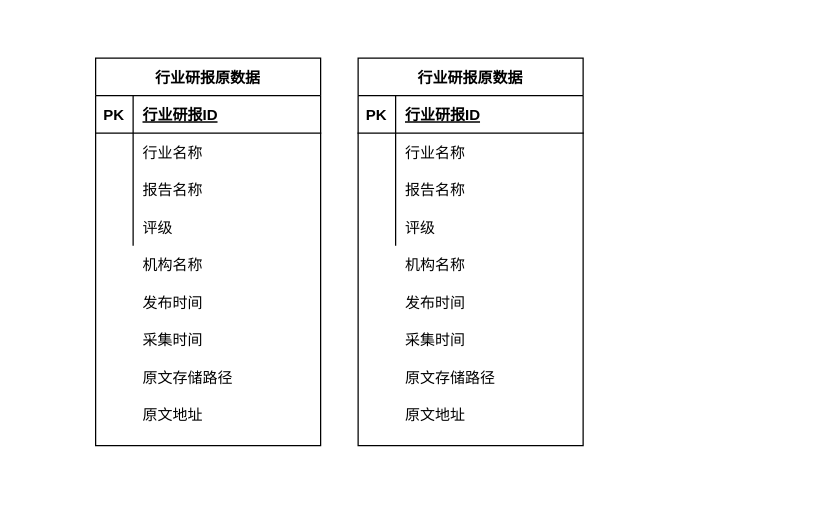
This is tupian/行业研报原数据表结构.drawio from JJFatherL/biyesheji, a draw.io file, before an edit. Source tidied: cells renumbered, new cells numbered last; positions are measured from the earlier drawing's top-left corner, leaving out a move shared by most shapes. Both pictures are drawn from the tidied source at 125%, with x=0, y=0 at pixel (95, 58).
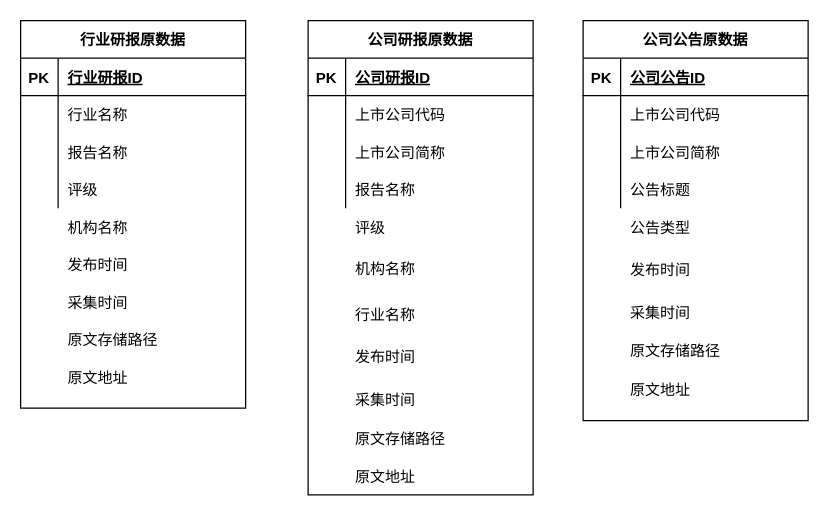
The same diagram, later.

Commit message (it also covers changes not shown here):
更新行业研报原数据表结构.drawio

Unchanged cells that the change refers to:
```xml
<mxCell id="28" style="shape=partialRectangle;fillColor=none;top=0;left=0;bottom=1;right=0;" parent="27" vertex="1">
  <mxGeometry y="30" width="180" height="30" as="geometry" />
</mxCell>
<mxCell id="31" style="shape=partialRectangle;fillColor=none;top=0;left=0;bottom=0;right=0;" parent="27" vertex="1">
  <mxGeometry y="60" width="180" height="30" as="geometry" />
</mxCell>
<mxCell id="34" style="shape=partialRectangle;fillColor=none;top=0;left=0;bottom=0;right=0;" parent="27" vertex="1">
  <mxGeometry y="90" width="180" height="30" as="geometry" />
</mxCell>
<mxCell id="37" style="shape=partialRectangle;fillColor=none;top=0;left=0;bottom=0;right=0;" parent="27" vertex="1">
  <mxGeometry y="120" width="180" height="30" as="geometry" />
</mxCell>
```

The edit, as a diff of the source:
```diff
@@
     <mxCell id="2" style="group;" parent="1" vertex="1">
-      <mxGeometry width="180" height="310" as="geometry" />
+      <mxGeometry x="-60" y="-30" width="180" height="310" as="geometry" />
     </mxCell>
@@
     <mxCell id="26" style="group;" parent="1" vertex="1">
-      <mxGeometry x="210" width="180" height="310" as="geometry" />
+      <mxGeometry x="170" y="-30" width="180" height="380" as="geometry" />
     </mxCell>
-    <mxCell id="27" value="行业研报原数据" style="shape=table;startSize=30;childLayout=tableLayout;rowLines=0;fontStyle=1;align=center;" parent="26" vertex="1">
-      <mxGeometry width="180" height="310" as="geometry" />
+    <mxCell id="27" value="公司研报原数据" style="shape=table;startSize=30;childLayout=tableLayout;rowLines=0;fontStyle=1;align=center;" parent="26" vertex="1">
+      <mxGeometry width="180" height="379.3" as="geometry" />
     </mxCell>
@@
-    <mxCell id="30" value="行业研报ID" style="shape=partialRectangle;fillColor=none;top=0;left=0;bottom=0;right=0;align=left;spacingLeft=6;fontStyle=5;overflow=hidden;" parent="28" vertex="1">
+    <mxCell id="30" value="公司研报ID" style="shape=partialRectangle;fillColor=none;top=0;left=0;bottom=0;right=0;align=left;spacingLeft=6;fontStyle=5;overflow=hidden;" parent="28" vertex="1">
       <mxGeometry x="30" width="150" height="30" as="geometry" />
     </mxCell>
@@
-    <mxCell id="33" value="行业名称" style="shape=partialRectangle;fillColor=none;top=0;left=0;bottom=0;right=0;align=left;spacingLeft=6;overflow=hidden;" parent="31" vertex="1">
+    <mxCell id="33" value="上市公司代码" style="shape=partialRectangle;fillColor=none;top=0;left=0;bottom=0;right=0;align=left;spacingLeft=6;overflow=hidden;" parent="31" vertex="1">
       <mxGeometry x="30" width="150" height="30" as="geometry" />
     </mxCell>
@@
-    <mxCell id="36" value="报告名称" style="shape=partialRectangle;fillColor=none;top=0;left=0;bottom=0;right=0;align=left;spacingLeft=6;overflow=hidden;" parent="34" vertex="1">
+    <mxCell id="36" value="上市公司简称" style="shape=partialRectangle;fillColor=none;top=0;left=0;bottom=0;right=0;align=left;spacingLeft=6;overflow=hidden;" parent="34" vertex="1">
       <mxGeometry x="30" width="150" height="30" as="geometry" />
     </mxCell>
@@
-    <mxCell id="39" value="评级" style="shape=partialRectangle;fillColor=none;top=0;left=0;bottom=0;right=0;align=left;spacingLeft=6;overflow=hidden;" parent="37" vertex="1">
+    <mxCell id="39" value="报告名称" style="shape=partialRectangle;fillColor=none;top=0;left=0;bottom=0;right=0;align=left;spacingLeft=6;overflow=hidden;" parent="37" vertex="1">
       <mxGeometry x="30" width="150" height="30" as="geometry" />
     </mxCell>
     <mxCell id="40" style="shape=partialRectangle;fillColor=none;top=0;left=0;bottom=0;right=0;overflow=hidden;" parent="26" vertex="1">
-      <mxGeometry y="150" width="30" height="30" as="geometry" />
+      <mxGeometry y="183.5" width="30" height="36.7" as="geometry" />
     </mxCell>
-    <mxCell id="41" value="机构名称" style="shape=partialRectangle;fillColor=none;top=0;left=0;bottom=0;right=0;align=left;spacingLeft=6;overflow=hidden;" parent="26" vertex="1">
-      <mxGeometry x="30" y="150" width="150" height="30" as="geometry" />
+    <mxCell id="41" value="评级" style="shape=partialRectangle;fillColor=none;top=0;left=0;bottom=0;right=0;align=left;spacingLeft=6;overflow=hidden;" parent="26" vertex="1">
+      <mxGeometry x="30" y="146.8" width="150" height="36.7" as="geometry" />
     </mxCell>
     <mxCell id="42" style="shape=partialRectangle;fillColor=none;top=0;left=0;bottom=0;right=0;overflow=hidden;" parent="26" vertex="1">
-      <mxGeometry y="180" width="30" height="30" as="geometry" />
+      <mxGeometry y="220.3" width="30" height="36.7" as="geometry" />
     </mxCell>
-    <mxCell id="43" value="发布时间" style="shape=partialRectangle;fillColor=none;top=0;left=0;bottom=0;right=0;align=left;spacingLeft=6;overflow=hidden;" parent="26" vertex="1">
-      <mxGeometry x="30" y="180" width="150" height="30" as="geometry" />
+    <mxCell id="43" value="机构名称" style="shape=partialRectangle;fillColor=none;top=0;left=0;bottom=0;right=0;align=left;spacingLeft=6;overflow=hidden;" parent="26" vertex="1">
+      <mxGeometry x="30" y="180" width="150" height="36.7" as="geometry" />
     </mxCell>
     <mxCell id="44" style="shape=partialRectangle;fillColor=none;top=0;left=0;bottom=0;right=0;overflow=hidden;" parent="26" vertex="1">
-      <mxGeometry y="210" width="30" height="30" as="geometry" />
+      <mxGeometry y="257" width="30" height="36.7" as="geometry" />
     </mxCell>
-    <mxCell id="45" value="采集时间" style="shape=partialRectangle;fillColor=none;top=0;left=0;bottom=0;right=0;align=left;spacingLeft=6;overflow=hidden;" parent="26" vertex="1">
-      <mxGeometry x="30" y="210" width="150" height="30" as="geometry" />
+    <mxCell id="45" value="行业名称" style="shape=partialRectangle;fillColor=none;top=0;left=0;bottom=0;right=0;align=left;spacingLeft=6;overflow=hidden;" parent="26" vertex="1">
+      <mxGeometry x="30" y="216.7" width="150" height="36.7" as="geometry" />
     </mxCell>
     <mxCell id="46" style="shape=partialRectangle;fillColor=none;top=0;left=0;bottom=0;right=0;overflow=hidden;" parent="26" vertex="1">
-      <mxGeometry y="240" width="30" height="30" as="geometry" />
+      <mxGeometry y="293.7" width="30" height="36.7" as="geometry" />
     </mxCell>
-    <mxCell id="47" value="原文存储路径" style="shape=partialRectangle;fillColor=none;top=0;left=0;bottom=0;right=0;align=left;spacingLeft=6;overflow=hidden;" parent="26" vertex="1">
-      <mxGeometry x="30" y="240" width="150" height="30" as="geometry" />
-    </mxCell>
     <mxCell id="48" style="shape=partialRectangle;fillColor=none;top=0;left=0;bottom=0;right=0;overflow=hidden;" parent="26" vertex="1">
-      <mxGeometry y="270" width="30" height="30" as="geometry" />
+      <mxGeometry y="330.4" width="30" height="36.7" as="geometry" />
     </mxCell>
-    <mxCell id="49" value="原文地址" style="shape=partialRectangle;fillColor=none;top=0;left=0;bottom=0;right=0;align=left;spacingLeft=6;overflow=hidden;" parent="26" vertex="1">
-      <mxGeometry x="30" y="270" width="150" height="30" as="geometry" />
-    </mxCell>
+    <mxCell id="50" value="发布时间" style="shape=partialRectangle;fillColor=none;top=0;left=0;bottom=0;right=0;align=left;spacingLeft=6;overflow=hidden;" parent="26" vertex="1">
+      <mxGeometry x="30" y="253.4" width="150" height="30.8" as="geometry" />
+    </mxCell>
+    <mxCell id="51" value="采集时间" style="shape=partialRectangle;fillColor=none;top=0;left=0;bottom=0;right=0;align=left;spacingLeft=6;overflow=hidden;" parent="26" vertex="1">
+      <mxGeometry x="30" y="287.7" width="150" height="30.8" as="geometry" />
+    </mxCell>
+    <mxCell id="52" value="原文存储路径" style="shape=partialRectangle;fillColor=none;top=0;left=0;bottom=0;right=0;align=left;spacingLeft=6;overflow=hidden;" parent="26" vertex="1">
+      <mxGeometry x="30" y="318.5" width="150" height="30.8" as="geometry" />
+    </mxCell>
+    <mxCell id="53" value="原文地址" style="shape=partialRectangle;fillColor=none;top=0;left=0;bottom=0;right=0;align=left;spacingLeft=6;overflow=hidden;" parent="26" vertex="1">
+      <mxGeometry x="30" y="349.2" width="150" height="30.8" as="geometry" />
+    </mxCell>
+    <mxCell id="54" style="group;" parent="1" vertex="1">
+      <mxGeometry x="390" y="-30" width="180" height="367.1" as="geometry" />
+    </mxCell>
+    <mxCell id="55" value="公司公告原数据" style="shape=table;startSize=30;childLayout=tableLayout;rowLines=0;fontStyle=1;align=center;" parent="54" vertex="1">
+      <mxGeometry width="180" height="320" as="geometry" />
+    </mxCell>
+    <mxCell id="56" style="shape=partialRectangle;fillColor=none;top=0;left=0;bottom=1;right=0;" parent="55" vertex="1">
+      <mxGeometry y="30" width="180" height="30" as="geometry" />
+    </mxCell>
+    <mxCell id="57" value="PK" style="shape=partialRectangle;fillColor=none;top=0;left=0;bottom=0;right=0;fontStyle=1;overflow=hidden;" parent="56" vertex="1">
+      <mxGeometry width="30" height="30" as="geometry" />
+    </mxCell>
+    <mxCell id="58" value="公司公告ID" style="shape=partialRectangle;fillColor=none;top=0;left=0;bottom=0;right=0;align=left;spacingLeft=6;fontStyle=5;overflow=hidden;" parent="56" vertex="1">
+      <mxGeometry x="30" width="150" height="30" as="geometry" />
+    </mxCell>
+    <mxCell id="59" style="shape=partialRectangle;fillColor=none;top=0;left=0;bottom=0;right=0;" parent="55" vertex="1">
+      <mxGeometry y="60" width="180" height="30" as="geometry" />
+    </mxCell>
+    <mxCell id="60" style="shape=partialRectangle;fillColor=none;top=0;left=0;bottom=0;right=0;overflow=hidden;" parent="59" vertex="1">
+      <mxGeometry width="30" height="30" as="geometry" />
+    </mxCell>
+    <mxCell id="61" value="上市公司代码" style="shape=partialRectangle;fillColor=none;top=0;left=0;bottom=0;right=0;align=left;spacingLeft=6;overflow=hidden;" parent="59" vertex="1">
+      <mxGeometry x="30" width="150" height="30" as="geometry" />
+    </mxCell>
+    <mxCell id="62" style="shape=partialRectangle;fillColor=none;top=0;left=0;bottom=0;right=0;" parent="55" vertex="1">
+      <mxGeometry y="90" width="180" height="30" as="geometry" />
+    </mxCell>
+    <mxCell id="63" style="shape=partialRectangle;fillColor=none;top=0;left=0;bottom=0;right=0;overflow=hidden;" parent="62" vertex="1">
+      <mxGeometry width="30" height="30" as="geometry" />
+    </mxCell>
+    <mxCell id="64" value="上市公司简称" style="shape=partialRectangle;fillColor=none;top=0;left=0;bottom=0;right=0;align=left;spacingLeft=6;overflow=hidden;" parent="62" vertex="1">
+      <mxGeometry x="30" width="150" height="30" as="geometry" />
+    </mxCell>
+    <mxCell id="65" style="shape=partialRectangle;fillColor=none;top=0;left=0;bottom=0;right=0;" parent="55" vertex="1">
+      <mxGeometry y="120" width="180" height="30" as="geometry" />
+    </mxCell>
+    <mxCell id="66" style="shape=partialRectangle;fillColor=none;top=0;left=0;bottom=0;right=0;overflow=hidden;" parent="65" vertex="1">
+      <mxGeometry width="30" height="30" as="geometry" />
+    </mxCell>
+    <mxCell id="67" value="公告标题" style="shape=partialRectangle;fillColor=none;top=0;left=0;bottom=0;right=0;align=left;spacingLeft=6;overflow=hidden;" parent="65" vertex="1">
+      <mxGeometry x="30" width="150" height="30" as="geometry" />
+    </mxCell>
+    <mxCell id="68" style="shape=partialRectangle;fillColor=none;top=0;left=0;bottom=0;right=0;overflow=hidden;" parent="54" vertex="1">
+      <mxGeometry y="183.5" width="30" height="36.7" as="geometry" />
+    </mxCell>
+    <mxCell id="69" value="公告类型" style="shape=partialRectangle;fillColor=none;top=0;left=0;bottom=0;right=0;align=left;spacingLeft=6;overflow=hidden;" parent="54" vertex="1">
+      <mxGeometry x="30" y="146.8" width="150" height="36.7" as="geometry" />
+    </mxCell>
+    <mxCell id="70" style="shape=partialRectangle;fillColor=none;top=0;left=0;bottom=0;right=0;overflow=hidden;" parent="54" vertex="1">
+      <mxGeometry y="220.3" width="30" height="36.7" as="geometry" />
+    </mxCell>
+    <mxCell id="71" style="shape=partialRectangle;fillColor=none;top=0;left=0;bottom=0;right=0;overflow=hidden;" parent="54" vertex="1">
+      <mxGeometry y="257" width="30" height="36.7" as="geometry" />
+    </mxCell>
+    <mxCell id="72" style="shape=partialRectangle;fillColor=none;top=0;left=0;bottom=0;right=0;overflow=hidden;" parent="54" vertex="1">
+      <mxGeometry y="293.7" width="30" height="36.7" as="geometry" />
+    </mxCell>
+    <mxCell id="73" style="shape=partialRectangle;fillColor=none;top=0;left=0;bottom=0;right=0;overflow=hidden;" parent="54" vertex="1">
+      <mxGeometry y="330.4" width="30" height="36.7" as="geometry" />
+    </mxCell>
+    <mxCell id="74" value="发布时间" style="shape=partialRectangle;fillColor=none;top=0;left=0;bottom=0;right=0;align=left;spacingLeft=6;overflow=hidden;" parent="54" vertex="1">
+      <mxGeometry x="30" y="183.5" width="150" height="30.8" as="geometry" />
+    </mxCell>
+    <mxCell id="75" value="采集时间" style="shape=partialRectangle;fillColor=none;top=0;left=0;bottom=0;right=0;align=left;spacingLeft=6;overflow=hidden;" parent="54" vertex="1">
+      <mxGeometry x="30" y="217.9" width="150" height="30.8" as="geometry" />
+    </mxCell>
+    <mxCell id="76" value="原文存储路径" style="shape=partialRectangle;fillColor=none;top=0;left=0;bottom=0;right=0;align=left;spacingLeft=6;overflow=hidden;" parent="54" vertex="1">
+      <mxGeometry x="30" y="248.6" width="150" height="30.8" as="geometry" />
+    </mxCell>
+    <mxCell id="77" value="原文地址" style="shape=partialRectangle;fillColor=none;top=0;left=0;bottom=0;right=0;align=left;spacingLeft=6;overflow=hidden;" parent="54" vertex="1">
+      <mxGeometry x="30" y="279.4" width="150" height="30.8" as="geometry" />
+    </mxCell>
```
